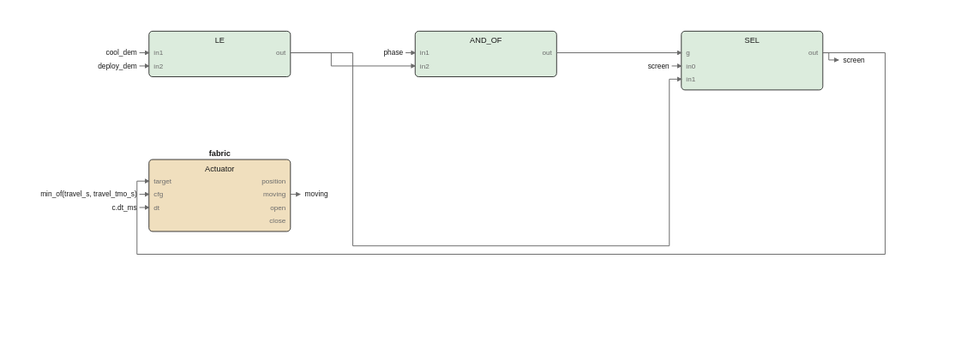
Above: images/logic/screen_fbd.drawio.svg in pstch/botanik2 (draw.io), before the change. Source tidied: cells renumbered, new cells last; positions are measured from the earlier drawing's top-left corner, leaving out a move shared by most shapes.
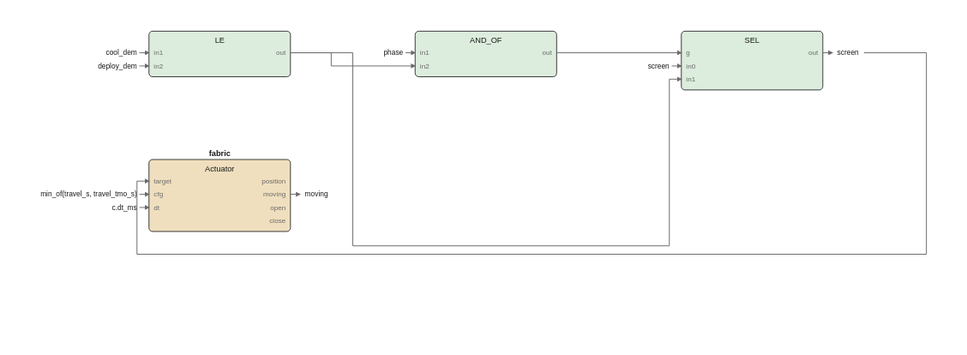
The same diagram one commit later.

Change to the diagram source:
```diff
@@ -82,119 +82,115 @@
     </mxCell>
     <mxCell id="28" style="edgeStyle=none;html=1;strokeColor=#6b6b6b;endArrow=block;" parent="1" edge="1">
       <mxGeometry relative="1" as="geometry">
-        <mxPoint x="128" y="18" as="sourcePoint" />
-        <mxPoint x="232" y="29" as="targetPoint" />
-        <Array as="points">
-          <mxPoint x="162" y="18" />
-          <mxPoint x="162" y="29" />
-        </Array>
+        <mxPoint x="572" y="18" as="sourcePoint" />
+        <mxPoint x="580" y="18" as="targetPoint" />
       </mxGeometry>
     </mxCell>
-    <mxCell id="29" style="edgeStyle=none;html=1;strokeColor=#6b6b6b;endArrow=block;" parent="1" edge="1">
-      <mxGeometry relative="1" as="geometry">
-        <mxPoint x="350" y="18" as="sourcePoint" />
-        <mxPoint x="454" y="18" as="targetPoint" />
-      </mxGeometry>
-    </mxCell>
+    <mxCell id="45" value="screen" style="text;html=1;fontSize=6;fontColor=#1a1a1a;align=left;" parent="1" vertex="1">
+      <mxGeometry x="584" y="14" width="40" height="10" as="geometry" />
+    </mxCell>
     <mxCell id="30" style="edgeStyle=none;html=1;strokeColor=#6b6b6b;endArrow=block;" parent="1" edge="1">
       <mxGeometry relative="1" as="geometry">
-        <mxPoint x="128" y="18" as="sourcePoint" />
-        <mxPoint x="454" y="40" as="targetPoint" />
-        <Array as="points">
-          <mxPoint x="180" y="18" />
-          <mxPoint x="180" y="179" />
-          <mxPoint x="444" y="179" />
-          <mxPoint x="444" y="40" />
-        </Array>
+        <mxPoint x="128" y="136" as="sourcePoint" />
+        <mxPoint x="136" y="136" as="targetPoint" />
       </mxGeometry>
     </mxCell>
-    <mxCell id="31" style="edgeStyle=none;html=1;strokeColor=#6b6b6b;endArrow=block;" parent="1" edge="1">
-      <mxGeometry relative="1" as="geometry">
-        <mxPoint x="572" y="18" as="sourcePoint" />
-        <mxPoint x="10" y="125" as="targetPoint" />
-        <Array as="points">
-          <mxPoint x="624" y="18" />
-          <mxPoint x="624" y="186" />
-          <mxPoint y="186" />
-          <mxPoint y="125" />
-        </Array>
-      </mxGeometry>
-    </mxCell>
-    <mxCell id="32" value="cool_dem" style="text;html=1;fontSize=6;fontColor=#1a1a1a;align=left;" parent="1" vertex="1">
-      <mxGeometry y="14" width="40" height="10" as="geometry" />
-    </mxCell>
+    <mxCell id="47" value="moving" style="text;html=1;fontSize=6;fontColor=#1a1a1a;align=left;" parent="1" vertex="1">
+      <mxGeometry x="140" y="132" width="40" height="10" as="geometry" />
+    </mxCell>
+    <mxCell id="48" style="edgeStyle=none;html=1;strokeColor=#6b6b6b;endArrow=block;" parent="1" edge="1">
+      <mxGeometry relative="1" as="geometry">
+        <mxPoint x="128" y="18" as="sourcePoint" />
+        <mxPoint x="232" y="29" as="targetPoint" />
+        <Array as="points">
+          <mxPoint x="162" y="18" />
+          <mxPoint x="162" y="29" />
+        </Array>
+      </mxGeometry>
+    </mxCell>
     <mxCell id="33" style="edgeStyle=none;html=1;strokeColor=#6b6b6b;endArrow=block;" parent="1" edge="1">
       <mxGeometry relative="1" as="geometry">
-        <mxPoint x="2" y="18" as="sourcePoint" />
-        <mxPoint x="10" y="18" as="targetPoint" />
+        <mxPoint x="350" y="18" as="sourcePoint" />
+        <mxPoint x="454" y="18" as="targetPoint" />
       </mxGeometry>
     </mxCell>
-    <mxCell id="34" value="deploy_dem" style="text;html=1;fontSize=6;fontColor=#1a1a1a;align=left;" parent="1" vertex="1">
-      <mxGeometry y="25" width="50" height="10" as="geometry" />
-    </mxCell>
+    <mxCell id="49" style="edgeStyle=none;html=1;strokeColor=#6b6b6b;endArrow=block;" parent="1" edge="1">
+      <mxGeometry relative="1" as="geometry">
+        <mxPoint x="128" y="18" as="sourcePoint" />
+        <mxPoint x="454" y="40" as="targetPoint" />
+        <Array as="points">
+          <mxPoint x="180" y="18" />
+          <mxPoint x="180" y="179" />
+          <mxPoint x="444" y="179" />
+          <mxPoint x="444" y="40" />
+        </Array>
+      </mxGeometry>
+    </mxCell>
     <mxCell id="35" style="edgeStyle=none;html=1;strokeColor=#6b6b6b;endArrow=block;" parent="1" edge="1">
       <mxGeometry relative="1" as="geometry">
-        <mxPoint x="2" y="29" as="sourcePoint" />
-        <mxPoint x="10" y="29" as="targetPoint" />
+        <mxPoint x="606.4" y="18" as="sourcePoint" />
+        <mxPoint x="10" y="125" as="targetPoint" />
+        <Array as="points">
+          <mxPoint x="658.4" y="18" />
+          <mxPoint x="658.4" y="186" />
+          <mxPoint y="186" />
+          <mxPoint y="125" />
+        </Array>
       </mxGeometry>
     </mxCell>
-    <mxCell id="36" value="phase" style="text;html=1;fontSize=6;fontColor=#1a1a1a;align=left;" parent="1" vertex="1">
-      <mxGeometry x="222" y="14" width="40" height="10" as="geometry" />
+    <mxCell id="36" value="cool_dem" style="text;html=1;fontSize=6;fontColor=#1a1a1a;align=left;" parent="1" vertex="1">
+      <mxGeometry y="14" width="40" height="10" as="geometry" />
     </mxCell>
     <mxCell id="37" style="edgeStyle=none;html=1;strokeColor=#6b6b6b;endArrow=block;" parent="1" edge="1">
       <mxGeometry relative="1" as="geometry">
-        <mxPoint x="224" y="18" as="sourcePoint" />
-        <mxPoint x="232" y="18" as="targetPoint" />
+        <mxPoint x="2" y="18" as="sourcePoint" />
+        <mxPoint x="10" y="18" as="targetPoint" />
       </mxGeometry>
     </mxCell>
-    <mxCell id="38" value="screen" style="text;html=1;fontSize=6;fontColor=#1a1a1a;align=left;" parent="1" vertex="1">
-      <mxGeometry x="444" y="25" width="40" height="10" as="geometry" />
+    <mxCell id="38" value="deploy_dem" style="text;html=1;fontSize=6;fontColor=#1a1a1a;align=left;" parent="1" vertex="1">
+      <mxGeometry y="25" width="50" height="10" as="geometry" />
     </mxCell>
     <mxCell id="39" style="edgeStyle=none;html=1;strokeColor=#6b6b6b;endArrow=block;" parent="1" edge="1">
       <mxGeometry relative="1" as="geometry">
-        <mxPoint x="446" y="29" as="sourcePoint" />
-        <mxPoint x="454" y="29" as="targetPoint" />
+        <mxPoint x="2" y="29" as="sourcePoint" />
+        <mxPoint x="10" y="29" as="targetPoint" />
       </mxGeometry>
     </mxCell>
-    <mxCell id="40" value="min_of(travel_s, travel_tmo_s)" style="text;html=1;fontSize=6;fontColor=#1a1a1a;align=left;" parent="1" vertex="1">
-      <mxGeometry y="132" width="150" height="10" as="geometry" />
+    <mxCell id="40" value="phase" style="text;html=1;fontSize=6;fontColor=#1a1a1a;align=left;" parent="1" vertex="1">
+      <mxGeometry x="222" y="14" width="40" height="10" as="geometry" />
     </mxCell>
     <mxCell id="41" style="edgeStyle=none;html=1;strokeColor=#6b6b6b;endArrow=block;" parent="1" edge="1">
       <mxGeometry relative="1" as="geometry">
-        <mxPoint x="2" y="136" as="sourcePoint" />
-        <mxPoint x="10" y="136" as="targetPoint" />
+        <mxPoint x="224" y="18" as="sourcePoint" />
+        <mxPoint x="232" y="18" as="targetPoint" />
       </mxGeometry>
     </mxCell>
-    <mxCell id="42" value="c.dt_ms" style="text;html=1;fontSize=6;fontColor=#1a1a1a;align=left;" parent="1" vertex="1">
-      <mxGeometry y="143" width="40" height="10" as="geometry" />
+    <mxCell id="42" value="screen" style="text;html=1;fontSize=6;fontColor=#1a1a1a;align=left;" parent="1" vertex="1">
+      <mxGeometry x="444" y="25" width="40" height="10" as="geometry" />
     </mxCell>
     <mxCell id="43" style="edgeStyle=none;html=1;strokeColor=#6b6b6b;endArrow=block;" parent="1" edge="1">
       <mxGeometry relative="1" as="geometry">
-        <mxPoint x="2" y="147" as="sourcePoint" />
-        <mxPoint x="10" y="147" as="targetPoint" />
+        <mxPoint x="446" y="29" as="sourcePoint" />
+        <mxPoint x="454" y="29" as="targetPoint" />
       </mxGeometry>
     </mxCell>
-    <mxCell id="44" style="edgeStyle=none;html=1;strokeColor=#6b6b6b;endArrow=block;" parent="1" edge="1">
-      <mxGeometry relative="1" as="geometry">
-        <mxPoint x="572" y="18" as="sourcePoint" />
-        <mxPoint x="585" y="24" as="targetPoint" />
-        <Array as="points">
-          <mxPoint x="577" y="18" />
-          <mxPoint x="577" y="24" />
-        </Array>
-      </mxGeometry>
-    </mxCell>
-    <mxCell id="45" value="screen" style="text;html=1;fontSize=6;fontColor=#1a1a1a;align=left;" parent="1" vertex="1">
-      <mxGeometry x="589" y="20" width="40" height="10" as="geometry" />
-    </mxCell>
-    <mxCell id="46" style="edgeStyle=none;html=1;strokeColor=#6b6b6b;endArrow=block;" parent="1" edge="1">
-      <mxGeometry relative="1" as="geometry">
-        <mxPoint x="128" y="136" as="sourcePoint" />
-        <mxPoint x="136" y="136" as="targetPoint" />
-      </mxGeometry>
-    </mxCell>
-    <mxCell id="47" value="moving" style="text;html=1;fontSize=6;fontColor=#1a1a1a;align=left;" parent="1" vertex="1">
-      <mxGeometry x="140" y="132" width="40" height="10" as="geometry" />
-    </mxCell>
+    <mxCell id="50" value="min_of(travel_s, travel_tmo_s)" style="text;html=1;fontSize=6;fontColor=#1a1a1a;align=left;" parent="1" vertex="1">
+      <mxGeometry y="132" width="150" height="10" as="geometry" />
+    </mxCell>
+    <mxCell id="51" style="edgeStyle=none;html=1;strokeColor=#6b6b6b;endArrow=block;" parent="1" edge="1">
+      <mxGeometry relative="1" as="geometry">
+        <mxPoint x="2" y="136" as="sourcePoint" />
+        <mxPoint x="10" y="136" as="targetPoint" />
+      </mxGeometry>
+    </mxCell>
+    <mxCell id="52" value="c.dt_ms" style="text;html=1;fontSize=6;fontColor=#1a1a1a;align=left;" parent="1" vertex="1">
+      <mxGeometry y="143" width="40" height="10" as="geometry" />
+    </mxCell>
+    <mxCell id="53" style="edgeStyle=none;html=1;strokeColor=#6b6b6b;endArrow=block;" parent="1" edge="1">
+      <mxGeometry relative="1" as="geometry">
+        <mxPoint x="2" y="147" as="sourcePoint" />
+        <mxPoint x="10" y="147" as="targetPoint" />
+      </mxGeometry>
+    </mxCell>
   </root>
 </mxGraphModel>
```
